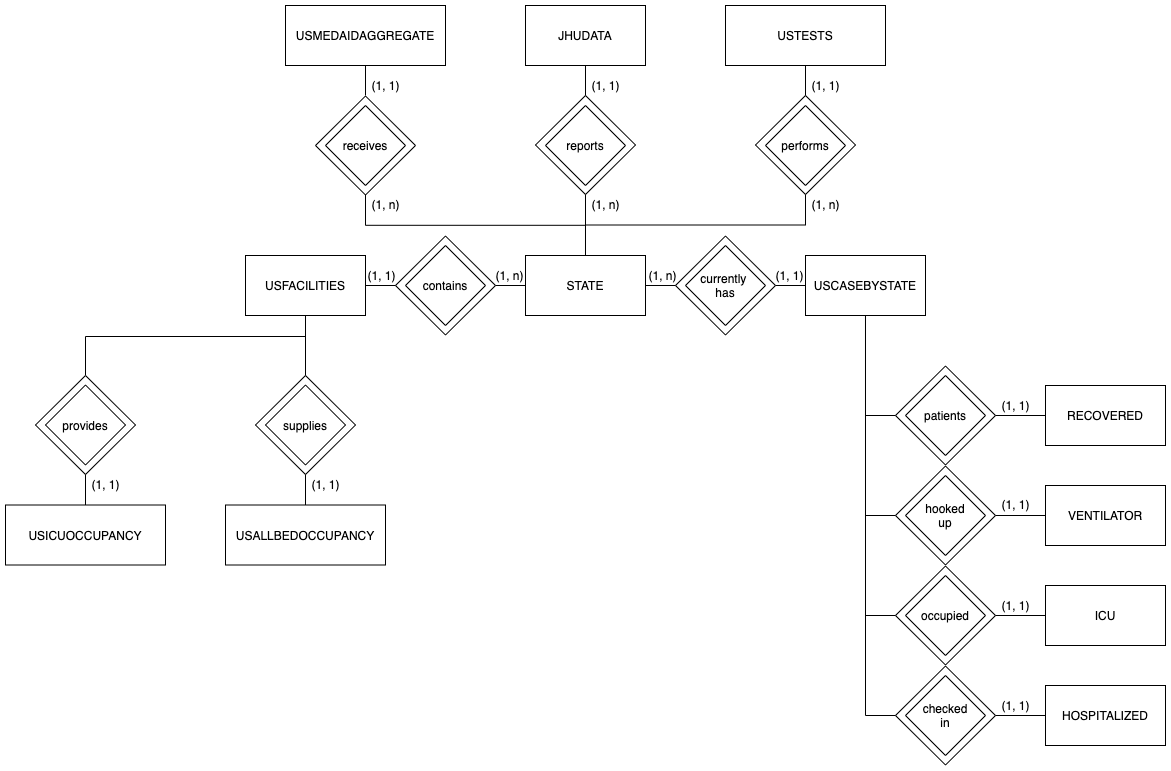
sahba-t/covidTracker keeps this draw.io diagram as diagrams/ER1.png. Above is the earlier version. Source tidied: cells renumbered, new cells last; positions are measured from the earlier drawing's top-left corner, leaving out a move shared by most shapes.
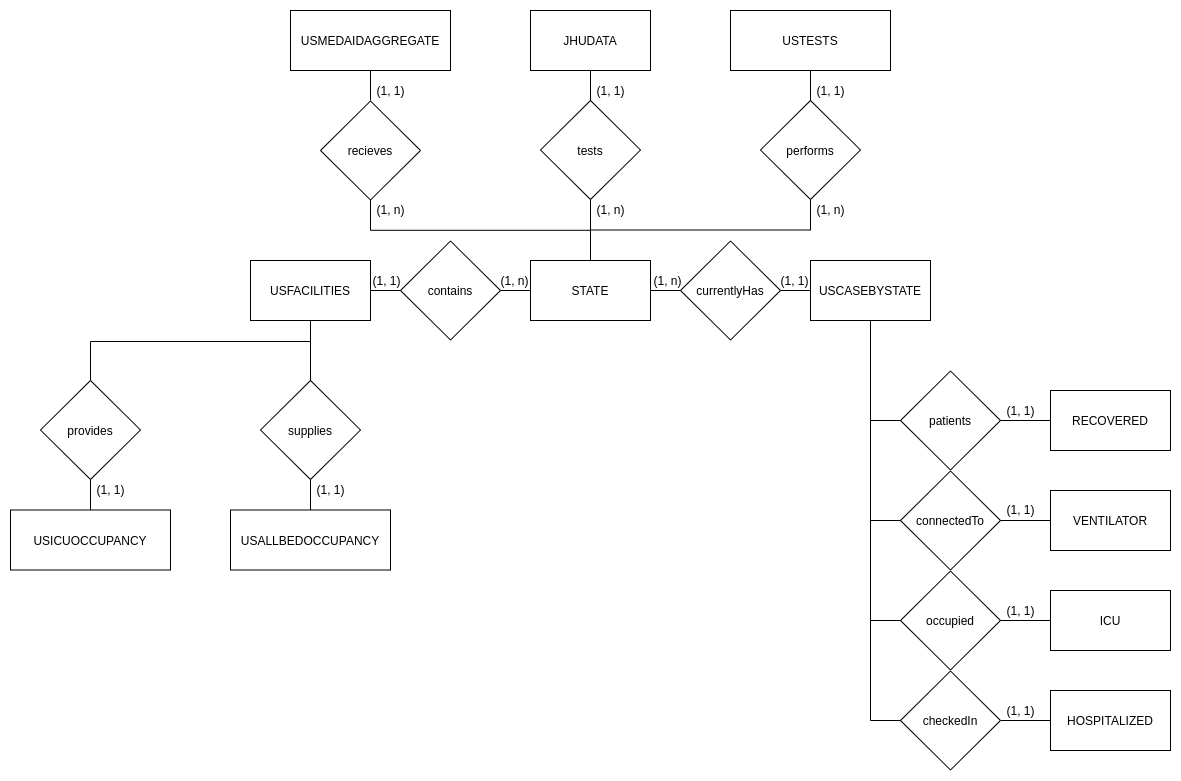
Above is the later version.

Diff of the diagram source:
```diff
@@ -2,7 +2,7 @@
   <root>
     <mxCell id="0" />
     <mxCell id="1" parent="0" />
-    <mxCell id="2" style="rhombus;whiteSpace=wrap;html=1;" parent="1" vertex="1">
+    <mxCell id="2" value="supplies" style="rhombus;whiteSpace=wrap;html=1;" parent="1" vertex="1">
       <mxGeometry x="250" y="370" width="100" height="99" as="geometry" />
     </mxCell>
     <mxCell id="3" style="edgeStyle=orthogonalEdgeStyle;rounded=0;jettySize=auto;html=1;exitX=0.5;exitY=0;exitDx=0;exitDy=0;entryX=0.5;entryY=1;entryDx=0;entryDy=0;endArrow=none;endFill=0;" parent="1" edge="1" source="4" target="26">
@@ -13,46 +13,46 @@
         </Array>
       </mxGeometry>
     </mxCell>
-    <mxCell id="4" style="rhombus;whiteSpace=wrap;html=1;" parent="1" vertex="1">
+    <mxCell id="4" value="provides" style="rhombus;whiteSpace=wrap;html=1;" parent="1" vertex="1">
       <mxGeometry x="30" y="370" width="100" height="99" as="geometry" />
     </mxCell>
     <mxCell id="5" style="edgeStyle=orthogonalEdgeStyle;rounded=0;jettySize=auto;html=1;exitX=1;exitY=0.5;exitDx=0;exitDy=0;entryX=0;entryY=0.5;entryDx=0;entryDy=0;endArrow=none;endFill=0;" parent="1" edge="1" source="6" target="33">
       <mxGeometry relative="1" as="geometry" />
     </mxCell>
-    <mxCell id="6" style="rhombus;whiteSpace=wrap;html=1;" parent="1" vertex="1">
+    <mxCell id="6" value="patients" style="rhombus;whiteSpace=wrap;html=1;" parent="1" vertex="1">
       <mxGeometry x="890" y="360.5" width="100" height="99" as="geometry" />
     </mxCell>
     <mxCell id="7" style="edgeStyle=orthogonalEdgeStyle;rounded=0;jettySize=auto;html=1;exitX=1;exitY=0.5;exitDx=0;exitDy=0;entryX=0;entryY=0.5;entryDx=0;entryDy=0;endArrow=none;endFill=0;" parent="1" edge="1" source="8" target="41">
       <mxGeometry relative="1" as="geometry" />
     </mxCell>
-    <mxCell id="8" style="rhombus;whiteSpace=wrap;html=1;" parent="1" vertex="1">
+    <mxCell id="8" value="connectedTo" style="rhombus;whiteSpace=wrap;html=1;" parent="1" vertex="1">
       <mxGeometry x="890" y="460.5" width="100" height="99" as="geometry" />
     </mxCell>
     <mxCell id="9" style="edgeStyle=orthogonalEdgeStyle;rounded=0;jettySize=auto;html=1;exitX=1;exitY=0.5;exitDx=0;exitDy=0;entryX=0;entryY=0.5;entryDx=0;entryDy=0;endArrow=none;endFill=0;" parent="1" edge="1" source="10" target="32">
       <mxGeometry relative="1" as="geometry" />
     </mxCell>
-    <mxCell id="10" style="rhombus;whiteSpace=wrap;html=1;" parent="1" vertex="1">
+    <mxCell id="10" value="occupied" style="rhombus;whiteSpace=wrap;html=1;" parent="1" vertex="1">
       <mxGeometry x="890" y="560.5" width="100" height="99" as="geometry" />
     </mxCell>
     <mxCell id="11" style="edgeStyle=orthogonalEdgeStyle;rounded=0;jettySize=auto;html=1;exitX=1;exitY=0.5;exitDx=0;exitDy=0;entryX=0;entryY=0.5;entryDx=0;entryDy=0;endArrow=none;endFill=0;" parent="1" edge="1" source="12" target="30">
       <mxGeometry relative="1" as="geometry" />
     </mxCell>
-    <mxCell id="12" style="rhombus;whiteSpace=wrap;html=1;" parent="1" vertex="1">
+    <mxCell id="12" value="checkedIn" style="rhombus;whiteSpace=wrap;html=1;" parent="1" vertex="1">
       <mxGeometry x="890" y="660.5" width="100" height="99" as="geometry" />
     </mxCell>
-    <mxCell id="13" style="rhombus;whiteSpace=wrap;html=1;" parent="1" vertex="1">
+    <mxCell id="13" value="recieves" style="rhombus;whiteSpace=wrap;html=1;" parent="1" vertex="1">
       <mxGeometry x="310" y="90.5" width="100" height="99" as="geometry" />
     </mxCell>
-    <mxCell id="14" style="rhombus;whiteSpace=wrap;html=1;" parent="1" vertex="1">
+    <mxCell id="14" value="tests" style="rhombus;whiteSpace=wrap;html=1;" parent="1" vertex="1">
       <mxGeometry x="530" y="90" width="100" height="99" as="geometry" />
     </mxCell>
-    <mxCell id="15" style="rhombus;whiteSpace=wrap;html=1;" parent="1" vertex="1">
+    <mxCell id="15" value="performs" style="rhombus;whiteSpace=wrap;html=1;" parent="1" vertex="1">
       <mxGeometry x="750" y="90" width="100" height="99" as="geometry" />
     </mxCell>
-    <mxCell id="16" style="rhombus;whiteSpace=wrap;html=1;" parent="1" vertex="1">
+    <mxCell id="16" value="contains" style="rhombus;whiteSpace=wrap;html=1;" parent="1" vertex="1">
       <mxGeometry x="390" y="230.5" width="100" height="99" as="geometry" />
     </mxCell>
-    <mxCell id="17" style="rhombus;whiteSpace=wrap;html=1;" parent="1" vertex="1">
+    <mxCell id="17" value="currentlyHas" style="rhombus;whiteSpace=wrap;html=1;" parent="1" vertex="1">
       <mxGeometry x="670" y="230.5" width="100" height="99" as="geometry" />
     </mxCell>
     <mxCell id="18" style="edgeStyle=orthogonalEdgeStyle;rounded=0;jettySize=auto;html=1;exitX=0.5;exitY=0;exitDx=0;exitDy=0;endArrow=none;endFill=0;entryX=0.5;entryY=1;entryDx=0;entryDy=0;" parent="1" edge="1" source="23" target="13">
@@ -136,57 +136,24 @@
         <mxPoint x="800" y="90" as="sourcePoint" />
       </mxGeometry>
     </mxCell>
-    <mxCell id="43" value="performs" style="rhombus;whiteSpace=wrap;html=1;" parent="1" vertex="1">
-      <mxGeometry x="760" y="100" width="80" height="80" as="geometry" />
-    </mxCell>
     <mxCell id="44" style="edgeStyle=orthogonalEdgeStyle;rounded=0;jettySize=auto;html=1;entryX=0.5;entryY=1;entryDx=0;entryDy=0;endArrow=none;endFill=0;" parent="1" edge="1" target="27">
       <mxGeometry relative="1" as="geometry">
         <mxPoint x="580" y="90" as="sourcePoint" />
       </mxGeometry>
     </mxCell>
-    <mxCell id="45" value="reports" style="rhombus;whiteSpace=wrap;html=1;" parent="1" vertex="1">
-      <mxGeometry x="540" y="100" width="80" height="80" as="geometry" />
-    </mxCell>
     <mxCell id="46" style="edgeStyle=orthogonalEdgeStyle;rounded=0;jettySize=auto;html=1;entryX=0.5;entryY=1;entryDx=0;entryDy=0;endArrow=none;endFill=0;" parent="1" edge="1" target="24">
       <mxGeometry relative="1" as="geometry">
         <mxPoint x="360" y="90" as="sourcePoint" />
       </mxGeometry>
     </mxCell>
-    <mxCell id="47" value="receives" style="rhombus;whiteSpace=wrap;html=1;" parent="1" vertex="1">
-      <mxGeometry x="320" y="100" width="80" height="80" as="geometry" />
-    </mxCell>
     <mxCell id="48" style="edgeStyle=orthogonalEdgeStyle;rounded=0;jettySize=auto;html=1;exitX=0;exitY=0.5;exitDx=0;exitDy=0;entryX=1;entryY=0.5;entryDx=0;entryDy=0;endArrow=none;endFill=0;" parent="1" edge="1" source="16" target="26">
       <mxGeometry relative="1" as="geometry" />
     </mxCell>
-    <mxCell id="49" value="contains" style="rhombus;whiteSpace=wrap;html=1;" parent="1" vertex="1">
-      <mxGeometry x="400" y="240" width="80" height="80" as="geometry" />
-    </mxCell>
     <mxCell id="50" style="edgeStyle=orthogonalEdgeStyle;rounded=0;jettySize=auto;html=1;entryX=0;entryY=0.5;entryDx=0;entryDy=0;endArrow=none;endFill=0;" parent="1" edge="1" target="40">
       <mxGeometry relative="1" as="geometry">
         <mxPoint x="770" y="280" as="sourcePoint" />
       </mxGeometry>
     </mxCell>
-    <mxCell id="51" value="currently &lt;br&gt;has" style="rhombus;whiteSpace=wrap;html=1;" parent="1" vertex="1">
-      <mxGeometry x="680" y="240" width="80" height="80" as="geometry" />
-    </mxCell>
-    <mxCell id="52" value="provides" style="rhombus;whiteSpace=wrap;html=1;" parent="1" vertex="1">
-      <mxGeometry x="40" y="379.5" width="80" height="80" as="geometry" />
-    </mxCell>
-    <mxCell id="53" value="supplies" style="rhombus;whiteSpace=wrap;html=1;" parent="1" vertex="1">
-      <mxGeometry x="260" y="379.5" width="80" height="80" as="geometry" />
-    </mxCell>
-    <mxCell id="54" value="patients" style="rhombus;whiteSpace=wrap;html=1;" parent="1" vertex="1">
-      <mxGeometry x="900" y="370" width="80" height="80" as="geometry" />
-    </mxCell>
-    <mxCell id="55" value="hooked&lt;br&gt;up" style="rhombus;whiteSpace=wrap;html=1;" parent="1" vertex="1">
-      <mxGeometry x="900" y="470" width="80" height="80" as="geometry" />
-    </mxCell>
-    <mxCell id="56" value="occupied" style="rhombus;whiteSpace=wrap;html=1;" parent="1" vertex="1">
-      <mxGeometry x="900" y="570" width="80" height="80" as="geometry" />
-    </mxCell>
-    <mxCell id="57" value="checked&lt;br&gt;in" style="rhombus;whiteSpace=wrap;html=1;" parent="1" vertex="1">
-      <mxGeometry x="900" y="670" width="80" height="80" as="geometry" />
-    </mxCell>
     <mxCell id="58" value="(1, 1)" style="text;html=1;align=center;verticalAlign=middle;" parent="1" vertex="1">
       <mxGeometry x="764" y="260" width="40" height="20" as="geometry" />
     </mxCell>
```
